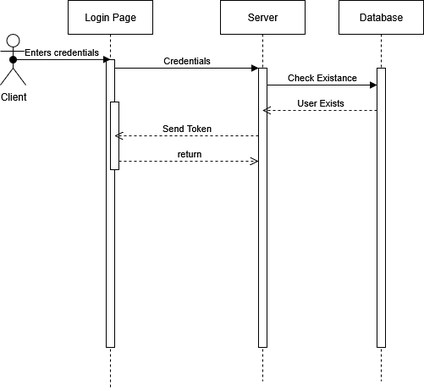
Earlier version of the draw.io export הפרוייקט/SequenceV1.drawio.png (EyasSh/WiresharkClone). Source tidied: cells renumbered, new cells last; positions are measured from the earlier drawing's top-left corner, leaving out a move shared by most shapes.
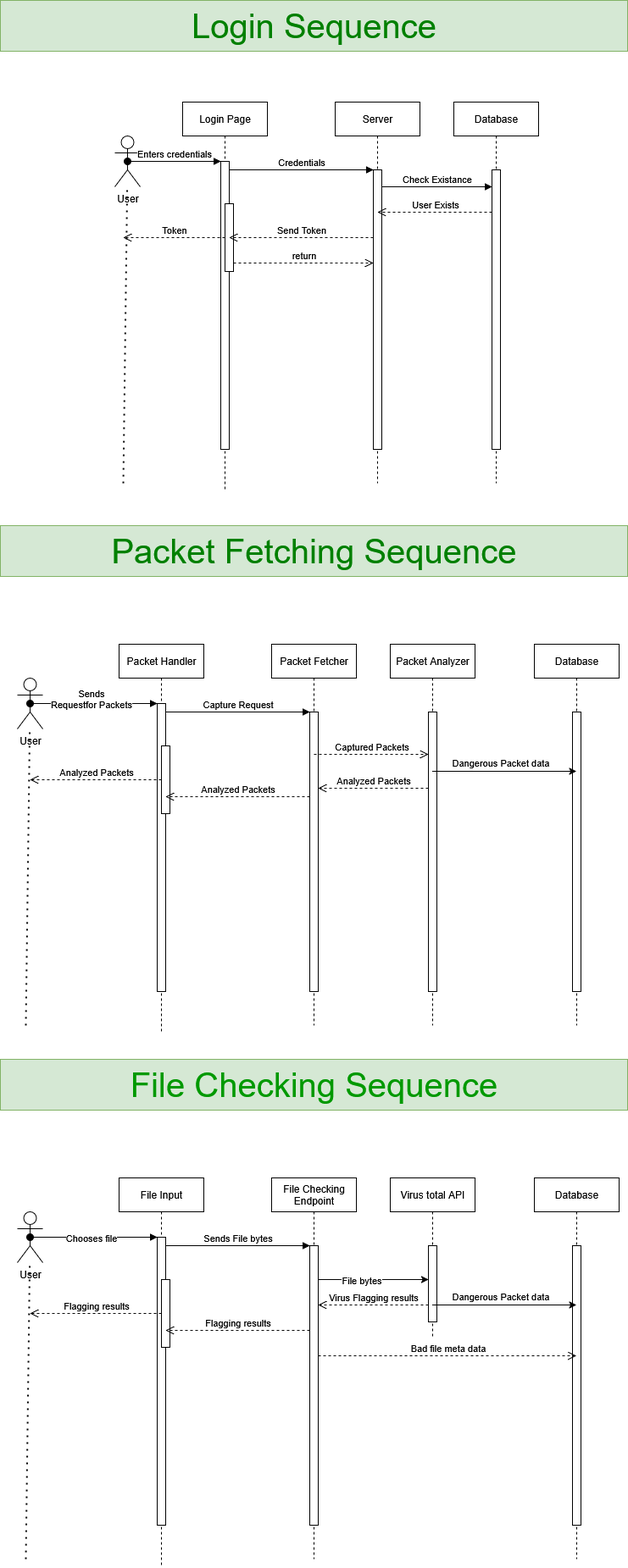
After the commit.

Commit message:
Added other sequences on sequence uml

The edit, as a diff of the source:
```diff
@@ -38,7 +38,7 @@
         </Array>
       </mxGeometry>
     </mxCell>
-    <mxCell id="10" value="Client" style="shape=umlActor;verticalLabelPosition=bottom;verticalAlign=top;html=1;outlineConnect=0;" parent="1" vertex="1">
+    <mxCell id="10" value="User" style="shape=umlActor;verticalLabelPosition=bottom;verticalAlign=top;html=1;outlineConnect=0;" parent="1" vertex="1">
       <mxGeometry y="40" width="30" height="60" as="geometry" />
     </mxCell>
     <mxCell id="11" value="Database" style="shape=umlLifeline;perimeter=lifelinePerimeter;whiteSpace=wrap;html=1;newEdgeStyle={&quot;edgeStyle&quot;:&quot;elbowEdgeStyle&quot;,&quot;elbow&quot;:&quot;vertical&quot;,&quot;curved&quot;:0,&quot;rounded&quot;:0};" parent="1" vertex="1">
@@ -64,5 +64,214 @@
         </Array>
       </mxGeometry>
     </mxCell>
+    <mxCell id="16" style="endArrow=none;dashed=1;html=1;dashPattern=1 3;strokeWidth=2;rounded=0;" parent="1" edge="1" target="10">
+      <mxGeometry relative="1" as="geometry">
+        <mxPoint x="10" y="450" as="sourcePoint" />
+      </mxGeometry>
+    </mxCell>
+    <mxCell id="17" value="Token" style="html=1;verticalAlign=bottom;endArrow=open;dashed=1;endSize=8;edgeStyle=elbowEdgeStyle;elbow=vertical;curved=0;rounded=0;" parent="1" edge="1">
+      <mxGeometry relative="1" as="geometry">
+        <mxPoint x="130" y="160" as="sourcePoint" />
+        <mxPoint x="10" y="160" as="targetPoint" />
+        <Array as="points">
+          <mxPoint x="55" y="160" />
+        </Array>
+      </mxGeometry>
+    </mxCell>
+    <mxCell id="18" value="&lt;font style=&quot;font-size: 40px; color: light-dark(rgb(0, 128, 0), rgb(237, 237, 237));&quot;&gt;Login Sequence&lt;/font&gt;" style="rounded=0;whiteSpace=wrap;html=1;fillColor=#d5e8d4;strokeColor=#82b366;" parent="1" vertex="1">
+      <mxGeometry x="-135" y="-120" width="740" height="60" as="geometry" />
+    </mxCell>
+    <mxCell id="19" value="Packet Handler" style="shape=umlLifeline;perimeter=lifelinePerimeter;whiteSpace=wrap;html=1;newEdgeStyle={&quot;edgeStyle&quot;:&quot;elbowEdgeStyle&quot;,&quot;elbow&quot;:&quot;vertical&quot;,&quot;curved&quot;:0,&quot;rounded&quot;:0};" parent="1" vertex="1">
+      <mxGeometry x="5" y="640" width="100" height="460" as="geometry" />
+    </mxCell>
+    <mxCell id="20" style="html=1;points=[];perimeter=orthogonalPerimeter;outlineConnect=0;targetShapes=umlLifeline;portConstraint=eastwest;newEdgeStyle={&quot;edgeStyle&quot;:&quot;elbowEdgeStyle&quot;,&quot;elbow&quot;:&quot;vertical&quot;,&quot;curved&quot;:0,&quot;rounded&quot;:0};" parent="19" vertex="1">
+      <mxGeometry x="45" y="70" width="10" height="340" as="geometry" />
+    </mxCell>
+    <mxCell id="21" style="html=1;perimeter=orthogonalPerimeter;targetShapes=umlLifeline;newEdgeStyle={&quot;edgeStyle&quot;:&quot;elbowEdgeStyle&quot;,&quot;elbow&quot;:&quot;vertical&quot;,&quot;curved&quot;:0,&quot;rounded&quot;:0};" parent="19" vertex="1">
+      <mxGeometry x="50" y="120" width="10" height="80" as="geometry" />
+    </mxCell>
+    <mxCell id="22" value="Packet Fetcher" style="shape=umlLifeline;perimeter=lifelinePerimeter;whiteSpace=wrap;html=1;newEdgeStyle={&quot;edgeStyle&quot;:&quot;elbowEdgeStyle&quot;,&quot;elbow&quot;:&quot;vertical&quot;,&quot;curved&quot;:0,&quot;rounded&quot;:0};" parent="1" vertex="1">
+      <mxGeometry x="185" y="640" width="100" height="450" as="geometry" />
+    </mxCell>
+    <mxCell id="23" style="html=1;points=[];perimeter=orthogonalPerimeter;outlineConnect=0;targetShapes=umlLifeline;portConstraint=eastwest;newEdgeStyle={&quot;edgeStyle&quot;:&quot;elbowEdgeStyle&quot;,&quot;elbow&quot;:&quot;vertical&quot;,&quot;curved&quot;:0,&quot;rounded&quot;:0};" parent="22" vertex="1">
+      <mxGeometry x="45" y="80" width="10" height="330" as="geometry" />
+    </mxCell>
+    <mxCell id="24" value="Capture Request" style="html=1;verticalAlign=bottom;endArrow=block;edgeStyle=elbowEdgeStyle;elbow=vertical;curved=0;rounded=0;" parent="1" edge="1" source="20" target="23">
+      <mxGeometry relative="1" as="geometry">
+        <Array as="points">
+          <mxPoint x="145" y="720" />
+        </Array>
+      </mxGeometry>
+    </mxCell>
+    <mxCell id="25" value="Analyzed Packets" style="html=1;verticalAlign=bottom;endArrow=open;dashed=1;endSize=8;edgeStyle=elbowEdgeStyle;elbow=vertical;curved=0;rounded=0;" parent="1" edge="1" source="23" target="20">
+      <mxGeometry relative="1" as="geometry">
+        <Array as="points">
+          <mxPoint x="155" y="820" />
+        </Array>
+      </mxGeometry>
+    </mxCell>
+    <mxCell id="26" value="Captured Packets" style="html=1;verticalAlign=bottom;endArrow=open;dashed=1;endSize=8;edgeStyle=elbowEdgeStyle;elbow=vertical;curved=0;rounded=0;" parent="1" edge="1" target="29">
+      <mxGeometry relative="1" as="geometry">
+        <mxPoint x="235" y="770" as="sourcePoint" />
+        <Array as="points">
+          <mxPoint x="315" y="770" />
+        </Array>
+      </mxGeometry>
+    </mxCell>
+    <mxCell id="27" value="User" style="shape=umlActor;verticalLabelPosition=bottom;verticalAlign=top;html=1;outlineConnect=0;" parent="1" vertex="1">
+      <mxGeometry x="-115" y="680" width="30" height="60" as="geometry" />
+    </mxCell>
+    <mxCell id="28" value="Packet Analyzer" style="shape=umlLifeline;perimeter=lifelinePerimeter;whiteSpace=wrap;html=1;outlineConnect=0;portConstraint=eastwest;newEdgeStyle={&quot;edgeStyle&quot;:&quot;elbowEdgeStyle&quot;,&quot;elbow&quot;:&quot;vertical&quot;,&quot;curved&quot;:0,&quot;rounded&quot;:0};" parent="1" vertex="1">
+      <mxGeometry x="325" y="640" width="100" height="450" as="geometry" />
+    </mxCell>
+    <mxCell id="29" style="html=1;points=[];perimeter=orthogonalPerimeter;outlineConnect=0;targetShapes=umlLifeline;portConstraint=eastwest;newEdgeStyle={&quot;edgeStyle&quot;:&quot;elbowEdgeStyle&quot;,&quot;elbow&quot;:&quot;vertical&quot;,&quot;curved&quot;:0,&quot;rounded&quot;:0};" parent="28" vertex="1">
+      <mxGeometry x="45" y="80" width="10" height="330" as="geometry" />
+    </mxCell>
+    <mxCell id="30" value="&lt;div&gt;Sends&lt;/div&gt;&lt;div&gt;Requestfor Packets&lt;/div&gt;" style="html=1;verticalAlign=bottom;startArrow=oval;endArrow=block;startSize=8;edgeStyle=elbowEdgeStyle;elbow=vertical;curved=0;rounded=0;exitX=0.5;exitY=0.5;exitDx=0;exitDy=0;exitPerimeter=0;" parent="1" edge="1" source="27" target="20">
+      <mxGeometry x="-0.04" y="-10" relative="1" as="geometry" />
+    </mxCell>
+    <mxCell id="31" style="endArrow=none;dashed=1;html=1;dashPattern=1 3;strokeWidth=2;rounded=0;" parent="1" edge="1" target="27">
+      <mxGeometry relative="1" as="geometry">
+        <mxPoint x="-105" y="1090" as="sourcePoint" />
+      </mxGeometry>
+    </mxCell>
+    <mxCell id="32" value="Database" style="shape=umlLifeline;perimeter=lifelinePerimeter;whiteSpace=wrap;html=1;outlineConnect=0;portConstraint=eastwest;newEdgeStyle={&quot;edgeStyle&quot;:&quot;elbowEdgeStyle&quot;,&quot;elbow&quot;:&quot;vertical&quot;,&quot;curved&quot;:0,&quot;rounded&quot;:0};" parent="1" vertex="1">
+      <mxGeometry x="495" y="640" width="100" height="450" as="geometry" />
+    </mxCell>
+    <mxCell id="33" style="html=1;perimeter=orthogonalPerimeter;targetShapes=umlLifeline;newEdgeStyle={&quot;edgeStyle&quot;:&quot;elbowEdgeStyle&quot;,&quot;elbow&quot;:&quot;vertical&quot;,&quot;curved&quot;:0,&quot;rounded&quot;:0};" parent="32" vertex="1">
+      <mxGeometry x="45" y="80" width="10" height="330" as="geometry" />
+    </mxCell>
+    <mxCell id="34" style="endArrow=classic;html=1;rounded=0;" parent="1" edge="1" source="28" target="32">
+      <mxGeometry relative="1" as="geometry">
+        <Array as="points">
+          <mxPoint x="455" y="790" />
+        </Array>
+      </mxGeometry>
+    </mxCell>
+    <mxCell id="35" value="Dangerous Packet data" style="edgeLabel;html=1;align=center;verticalAlign=middle;" parent="34" vertex="1">
+      <mxGeometry x="-0.21" relative="1" as="geometry">
+        <mxPoint x="13" y="-10" as="offset" />
+      </mxGeometry>
+    </mxCell>
+    <mxCell id="36" value="Analyzed Packets" style="html=1;verticalAlign=bottom;endArrow=open;dashed=1;endSize=8;edgeStyle=elbowEdgeStyle;elbow=vertical;curved=0;rounded=0;" parent="1" edge="1" source="29" target="23">
+      <mxGeometry relative="1" as="geometry">
+        <Array as="points">
+          <mxPoint x="300" y="810" />
+        </Array>
+      </mxGeometry>
+    </mxCell>
+    <mxCell id="37" value="&lt;font style=&quot;font-size: 40px; color: light-dark(rgb(0, 128, 0), rgb(237, 237, 237));&quot;&gt;Packet Fetching Sequence&lt;/font&gt;" style="rounded=0;whiteSpace=wrap;html=1;fillColor=#d5e8d4;strokeColor=#82b366;" parent="1" vertex="1">
+      <mxGeometry x="-135" y="500" width="740" height="60" as="geometry" />
+    </mxCell>
+    <mxCell id="38" value="Analyzed Packets" style="html=1;verticalAlign=bottom;endArrow=open;dashed=1;endSize=8;edgeStyle=elbowEdgeStyle;elbow=vertical;curved=0;rounded=0;" parent="1" edge="1">
+      <mxGeometry relative="1" as="geometry">
+        <mxPoint x="55" y="800" as="sourcePoint" />
+        <mxPoint x="-100" y="800" as="targetPoint" />
+        <Array as="points">
+          <mxPoint x="-20" y="800" />
+        </Array>
+      </mxGeometry>
+    </mxCell>
+    <mxCell id="39" value="File Input" style="shape=umlLifeline;perimeter=lifelinePerimeter;whiteSpace=wrap;html=1;newEdgeStyle={&quot;edgeStyle&quot;:&quot;elbowEdgeStyle&quot;,&quot;elbow&quot;:&quot;vertical&quot;,&quot;curved&quot;:0,&quot;rounded&quot;:0};" parent="1" vertex="1">
+      <mxGeometry x="5" y="1270" width="100" height="460" as="geometry" />
+    </mxCell>
+    <mxCell id="40" style="html=1;points=[];perimeter=orthogonalPerimeter;outlineConnect=0;targetShapes=umlLifeline;portConstraint=eastwest;newEdgeStyle={&quot;edgeStyle&quot;:&quot;elbowEdgeStyle&quot;,&quot;elbow&quot;:&quot;vertical&quot;,&quot;curved&quot;:0,&quot;rounded&quot;:0};" parent="39" vertex="1">
+      <mxGeometry x="45" y="70" width="10" height="340" as="geometry" />
+    </mxCell>
+    <mxCell id="41" style="html=1;perimeter=orthogonalPerimeter;targetShapes=umlLifeline;newEdgeStyle={&quot;edgeStyle&quot;:&quot;elbowEdgeStyle&quot;,&quot;elbow&quot;:&quot;vertical&quot;,&quot;curved&quot;:0,&quot;rounded&quot;:0};" parent="39" vertex="1">
+      <mxGeometry x="50" y="120" width="10" height="80" as="geometry" />
+    </mxCell>
+    <mxCell id="42" value="File Checking Endpoint" style="shape=umlLifeline;perimeter=lifelinePerimeter;whiteSpace=wrap;html=1;newEdgeStyle={&quot;edgeStyle&quot;:&quot;elbowEdgeStyle&quot;,&quot;elbow&quot;:&quot;vertical&quot;,&quot;curved&quot;:0,&quot;rounded&quot;:0};" parent="1" vertex="1">
+      <mxGeometry x="185" y="1270" width="100" height="450" as="geometry" />
+    </mxCell>
+    <mxCell id="43" style="html=1;points=[];perimeter=orthogonalPerimeter;outlineConnect=0;targetShapes=umlLifeline;portConstraint=eastwest;newEdgeStyle={&quot;edgeStyle&quot;:&quot;elbowEdgeStyle&quot;,&quot;elbow&quot;:&quot;vertical&quot;,&quot;curved&quot;:0,&quot;rounded&quot;:0};" parent="42" vertex="1">
+      <mxGeometry x="45" y="80" width="10" height="330" as="geometry" />
+    </mxCell>
+    <mxCell id="44" value="Sends File bytes" style="html=1;verticalAlign=bottom;endArrow=block;edgeStyle=elbowEdgeStyle;elbow=vertical;curved=0;rounded=0;" parent="1" edge="1" source="40" target="43">
+      <mxGeometry relative="1" as="geometry">
+        <Array as="points">
+          <mxPoint x="145" y="1350" />
+        </Array>
+      </mxGeometry>
+    </mxCell>
+    <mxCell id="45" value="Flagging results" style="html=1;verticalAlign=bottom;endArrow=open;dashed=1;endSize=8;edgeStyle=elbowEdgeStyle;elbow=vertical;curved=0;rounded=0;" parent="1" edge="1" source="43" target="40">
+      <mxGeometry relative="1" as="geometry">
+        <Array as="points">
+          <mxPoint x="155" y="1450" />
+        </Array>
+      </mxGeometry>
+    </mxCell>
+    <mxCell id="46" value="User" style="shape=umlActor;verticalLabelPosition=bottom;verticalAlign=top;html=1;outlineConnect=0;" parent="1" vertex="1">
+      <mxGeometry x="-115" y="1310" width="30" height="60" as="geometry" />
+    </mxCell>
+    <mxCell id="47" value="Virus total API" style="shape=umlLifeline;perimeter=lifelinePerimeter;whiteSpace=wrap;html=1;outlineConnect=0;portConstraint=eastwest;newEdgeStyle={&quot;edgeStyle&quot;:&quot;elbowEdgeStyle&quot;,&quot;elbow&quot;:&quot;vertical&quot;,&quot;curved&quot;:0,&quot;rounded&quot;:0};" parent="1" vertex="1">
+      <mxGeometry x="325" y="1270" width="100" height="190" as="geometry" />
+    </mxCell>
+    <mxCell id="48" style="html=1;points=[];perimeter=orthogonalPerimeter;outlineConnect=0;targetShapes=umlLifeline;portConstraint=eastwest;newEdgeStyle={&quot;edgeStyle&quot;:&quot;elbowEdgeStyle&quot;,&quot;elbow&quot;:&quot;vertical&quot;,&quot;curved&quot;:0,&quot;rounded&quot;:0};" parent="47" vertex="1">
+      <mxGeometry x="45" y="80" width="10" height="90" as="geometry" />
+    </mxCell>
+    <mxCell id="49" value="Chooses file" style="html=1;verticalAlign=bottom;startArrow=oval;endArrow=block;startSize=8;edgeStyle=elbowEdgeStyle;elbow=vertical;curved=0;rounded=0;exitX=0.5;exitY=0.5;exitDx=0;exitDy=0;exitPerimeter=0;" parent="1" edge="1" source="46" target="40">
+      <mxGeometry x="-0.04" y="-10" relative="1" as="geometry" />
+    </mxCell>
+    <mxCell id="50" style="endArrow=none;dashed=1;html=1;dashPattern=1 3;strokeWidth=2;rounded=0;" parent="1" edge="1" target="46">
+      <mxGeometry relative="1" as="geometry">
+        <mxPoint x="-105" y="1720" as="sourcePoint" />
+      </mxGeometry>
+    </mxCell>
+    <mxCell id="51" value="Database" style="shape=umlLifeline;perimeter=lifelinePerimeter;whiteSpace=wrap;html=1;outlineConnect=0;portConstraint=eastwest;newEdgeStyle={&quot;edgeStyle&quot;:&quot;elbowEdgeStyle&quot;,&quot;elbow&quot;:&quot;vertical&quot;,&quot;curved&quot;:0,&quot;rounded&quot;:0};" parent="1" vertex="1">
+      <mxGeometry x="495" y="1270" width="100" height="450" as="geometry" />
+    </mxCell>
+    <mxCell id="52" style="html=1;perimeter=orthogonalPerimeter;targetShapes=umlLifeline;newEdgeStyle={&quot;edgeStyle&quot;:&quot;elbowEdgeStyle&quot;,&quot;elbow&quot;:&quot;vertical&quot;,&quot;curved&quot;:0,&quot;rounded&quot;:0};" parent="51" vertex="1">
+      <mxGeometry x="45" y="80" width="10" height="330" as="geometry" />
+    </mxCell>
+    <mxCell id="53" style="endArrow=classic;html=1;rounded=0;" parent="1" edge="1" source="47" target="51">
+      <mxGeometry relative="1" as="geometry">
+        <Array as="points">
+          <mxPoint x="455" y="1420" />
+        </Array>
+      </mxGeometry>
+    </mxCell>
+    <mxCell id="54" value="Dangerous Packet data" style="edgeLabel;html=1;align=center;verticalAlign=middle;" parent="53" vertex="1">
+      <mxGeometry x="-0.21" relative="1" as="geometry">
+        <mxPoint x="13" y="-10" as="offset" />
+      </mxGeometry>
+    </mxCell>
+    <mxCell id="55" value="Virus Flagging results" style="html=1;verticalAlign=bottom;endArrow=open;dashed=1;endSize=8;edgeStyle=elbowEdgeStyle;elbow=vertical;curved=0;rounded=0;" parent="1" edge="1" source="48">
+      <mxGeometry relative="1" as="geometry">
+        <mxPoint x="240" y="1420" as="targetPoint" />
+        <Array as="points">
+          <mxPoint x="300" y="1420" />
+        </Array>
+      </mxGeometry>
+    </mxCell>
+    <mxCell id="56" value="&lt;font style=&quot;font-size: 40px; color: rgb(0, 153, 0);&quot;&gt;File Checking Sequence&lt;/font&gt;" style="rounded=0;whiteSpace=wrap;html=1;fillColor=#d5e8d4;strokeColor=#82b366;" parent="1" vertex="1">
+      <mxGeometry x="-135" y="1130" width="740" height="60" as="geometry" />
+    </mxCell>
+    <mxCell id="57" value="Flagging results" style="html=1;verticalAlign=bottom;endArrow=open;dashed=1;endSize=8;edgeStyle=elbowEdgeStyle;elbow=vertical;curved=0;rounded=0;" parent="1" edge="1">
+      <mxGeometry relative="1" as="geometry">
+        <mxPoint x="55" y="1430" as="sourcePoint" />
+        <mxPoint x="-100" y="1430" as="targetPoint" />
+        <Array as="points">
+          <mxPoint x="-20" y="1430" />
+        </Array>
+      </mxGeometry>
+    </mxCell>
+    <mxCell id="58" style="endArrow=classic;html=1;rounded=0;" parent="1" edge="1" source="43" target="48">
+      <mxGeometry relative="1" as="geometry">
+        <Array as="points">
+          <mxPoint x="300" y="1390" />
+        </Array>
+      </mxGeometry>
+    </mxCell>
+    <mxCell id="59" value="File bytes" style="edgeLabel;html=1;align=center;verticalAlign=middle;" parent="58" vertex="1">
+      <mxGeometry x="-0.21" y="-1" relative="1" as="geometry" />
+    </mxCell>
+    <mxCell id="60" value="Bad file meta data" style="html=1;verticalAlign=bottom;endArrow=open;dashed=1;endSize=8;edgeStyle=elbowEdgeStyle;elbow=vertical;curved=0;rounded=0;" parent="1" edge="1" source="43" target="51">
+      <mxGeometry relative="1" as="geometry">
+        <Array as="points">
+          <mxPoint x="305" y="1480" />
+        </Array>
+      </mxGeometry>
+    </mxCell>
   </root>
 </mxGraphModel>
```
